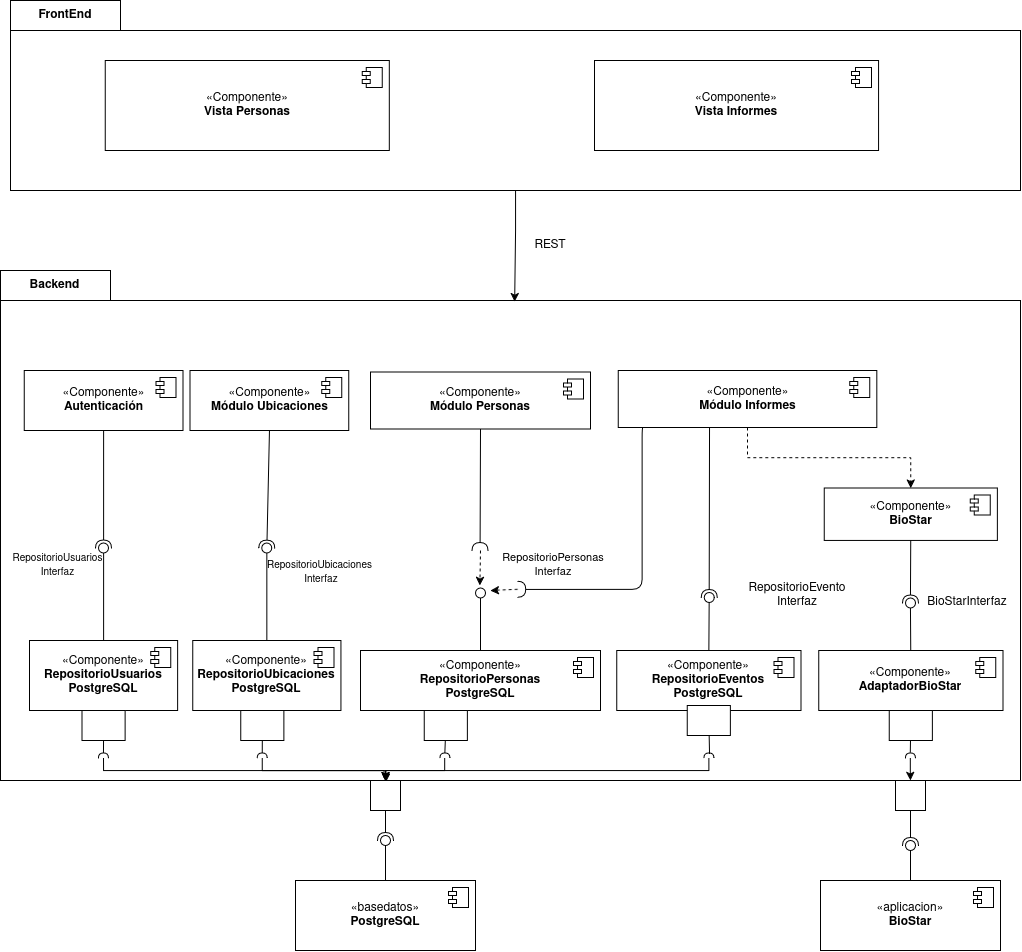
Earlier version of the draw.io export docs/imgs/diagrama_componentes.png (Nicolas-Sarmiento/Prueba-Tecnica-Automatiza). Source tidied: cells renumbered, new cells last; positions are measured from the earlier drawing's top-left corner, leaving out a move shared by most shapes.
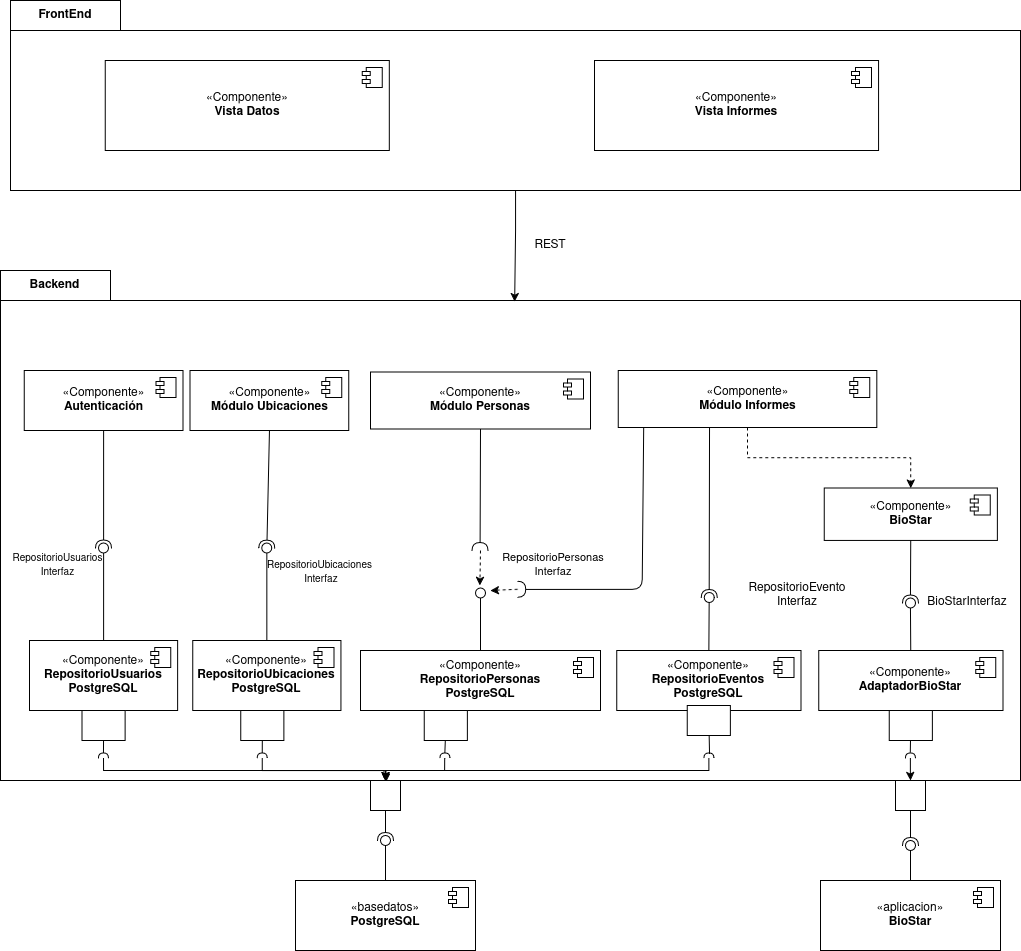
After the change.

Commit message:
docs: update component diagram and improve component's explanation

Change to the diagram source:
```diff
@@ -10,7 +10,7 @@
         <mxPoint y="30" as="offset" />
       </mxGeometry>
     </mxCell>
-    <mxCell id="4" value="«Componente»&lt;br&gt;&lt;b&gt;Vista Personas&lt;/b&gt;" style="html=1;whiteSpace=wrap;" parent="2" vertex="1">
+    <mxCell id="4" value="«Componente»&lt;br&gt;&lt;b&gt;Vista Datos&lt;/b&gt;" style="html=1;whiteSpace=wrap;" parent="2" vertex="1">
       <mxGeometry x="94.7" y="60" width="284.1" height="90" as="geometry" />
     </mxCell>
     <mxCell id="5" style="shape=module;jettyWidth=8;jettyHeight=4;" parent="4" vertex="1">
```
